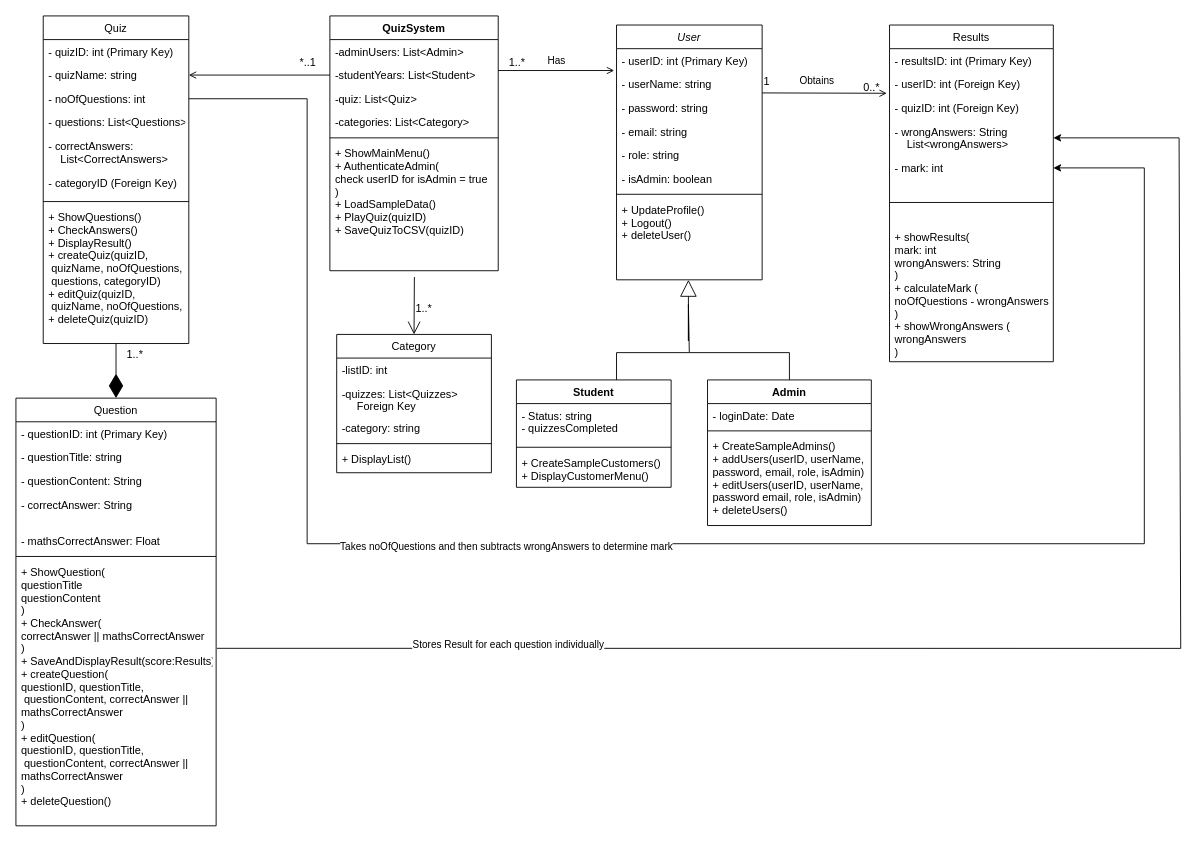
This is OOP UML Class Diagram.drawio from AaronOkane/OOP, a draw.io file, before an edit. Source tidied: cells renumbered, new cells numbered last; positions are measured from the earlier drawing's top-left corner, leaving out a move shared by most shapes. Both pictures are drawn from the tidied source at 91%, with x=0, y=0 at pixel (15, 15).
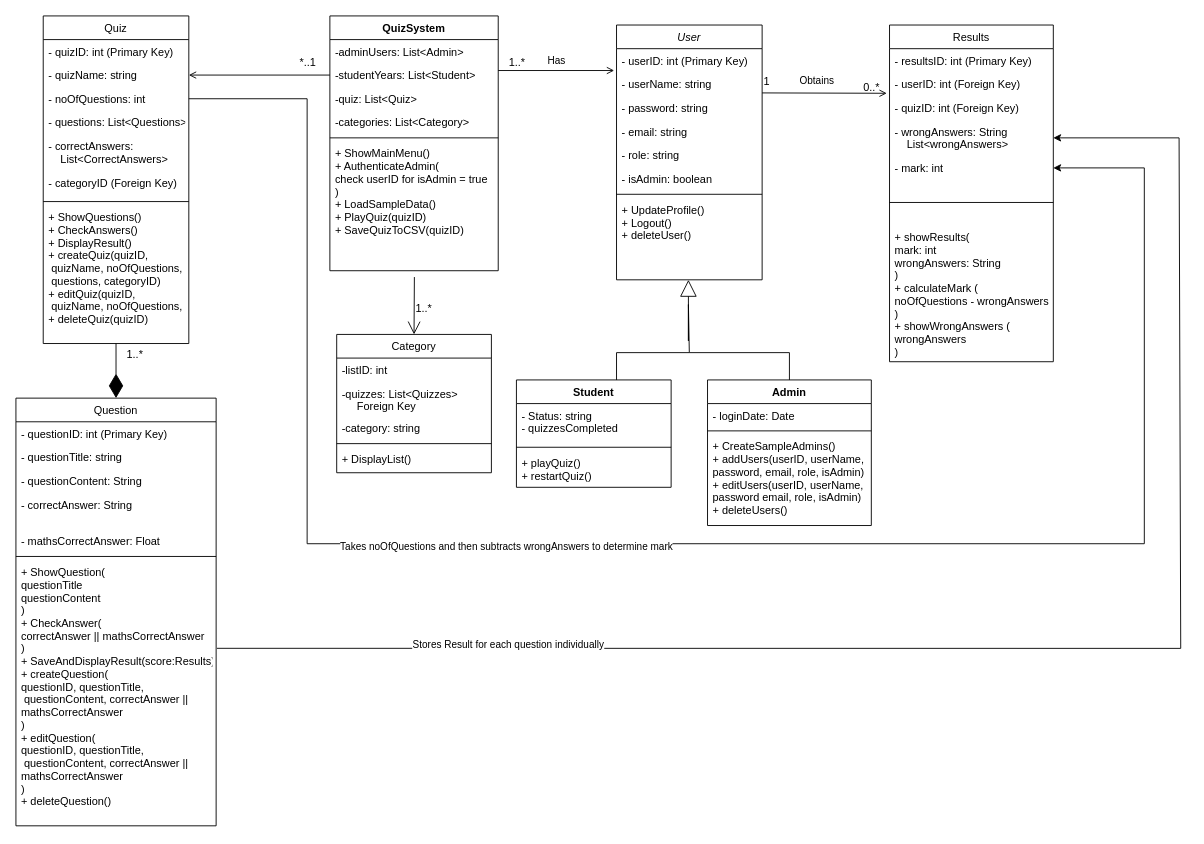
The same page after the edit.

Unchanged cells that the change refers to:
```xml
<mxCell id="20" value="Student" style="swimlane;fontStyle=1;align=center;verticalAlign=top;horizontal=1;startSize=26;rounded=0;shadow=0;strokeWidth=1;" parent="1" vertex="1">
  <mxGeometry x="550" y="400" width="170" height="118" as="geometry" />
</mxCell>
```

Change to the diagram source:
```diff
@@
-    <mxCell id="23" value="+ CreateSampleCustomers()&#10;+ DisplayCustomerMenu()" style="text;align=left;verticalAlign=top;spacingLeft=4;spacingRight=4;overflow=hidden;" parent="20" vertex="1">
+    <mxCell id="23" value="+ playQuiz()&#10;+ restartQuiz()" style="text;align=left;verticalAlign=top;spacingLeft=4;spacingRight=4;overflow=hidden;" parent="20" vertex="1">
       <mxGeometry y="78" width="170" height="40" as="geometry" />
     </mxCell>
```
